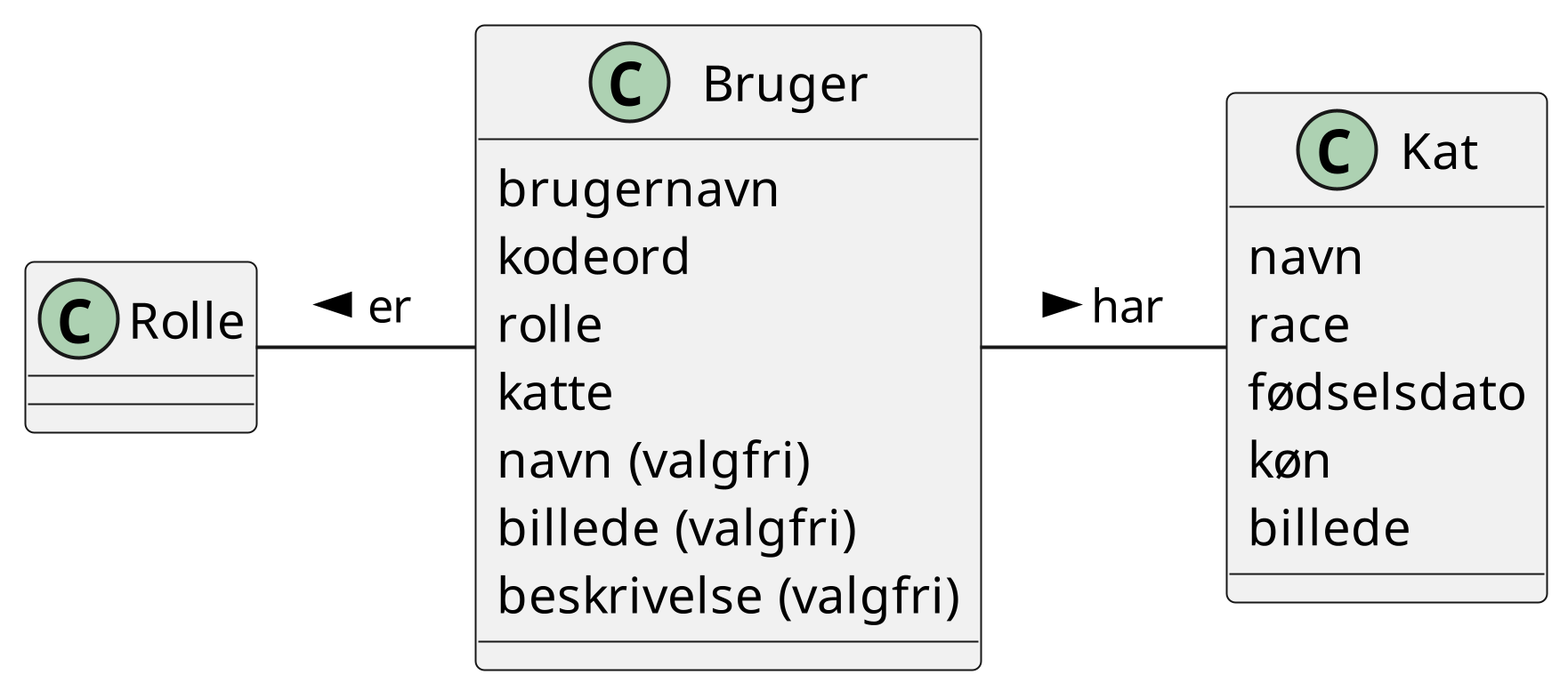
Earlier version of the PlantUML export diagram/domain-model.png (sofush/racekat).
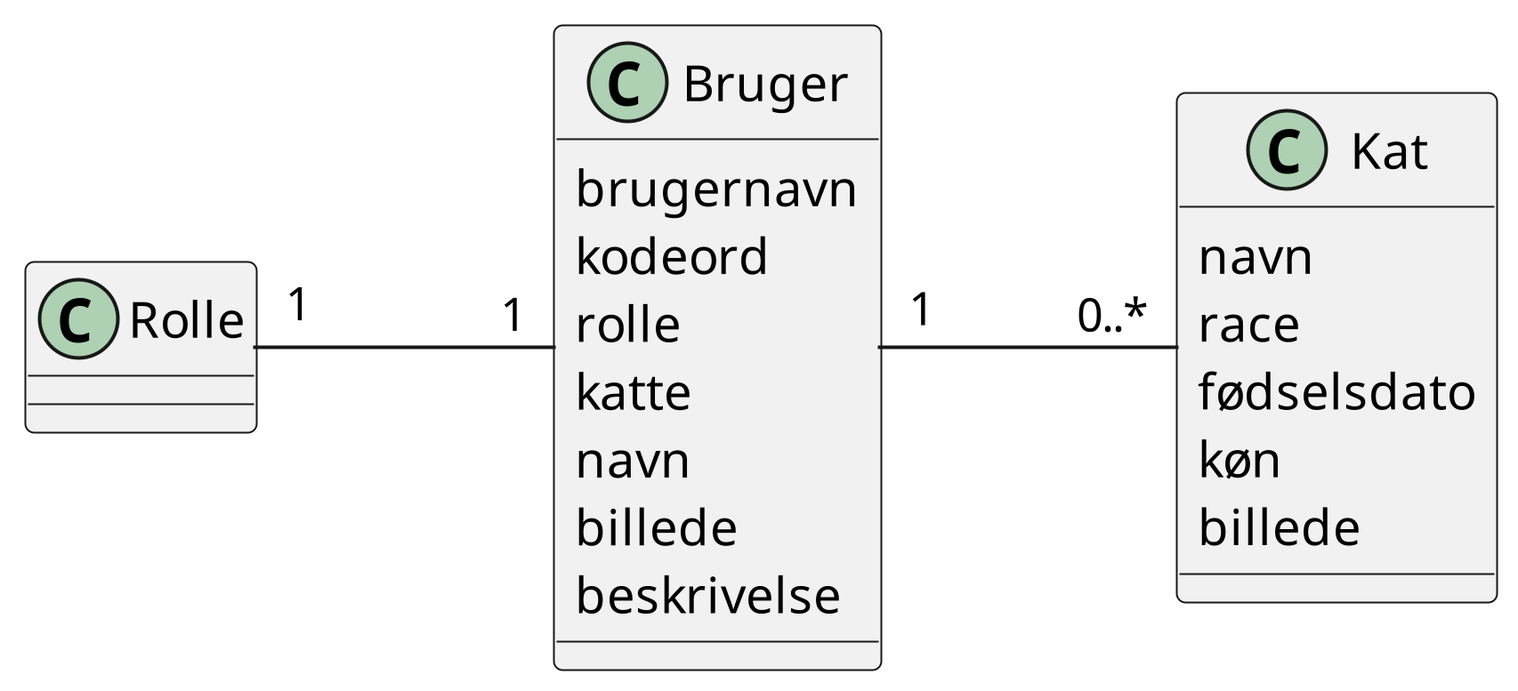
The same file after the commit.

Commit message:
docs: add multiplicity to domain model

What changed in the source:
```diff
@@ -5,9 +5,9 @@
 	kodeord
 	rolle
 	katte
-	{field} navn (valgfri)
-	{field} billede (valgfri)
-	{field} beskrivelse (valgfri)
+	navn
+	billede
+	beskrivelse
 }
 class Kat {
 	navn
@@ -17,6 +17,8 @@
 	billede
 }
 class Rolle {}
-Rolle -r-- Bruger : < er
-Bruger -r-- Kat : > har
+
+Rolle "1" -r-- "1" Bruger
+Bruger "1" -r-- "0..*" Kat
+
 @enduml
```
